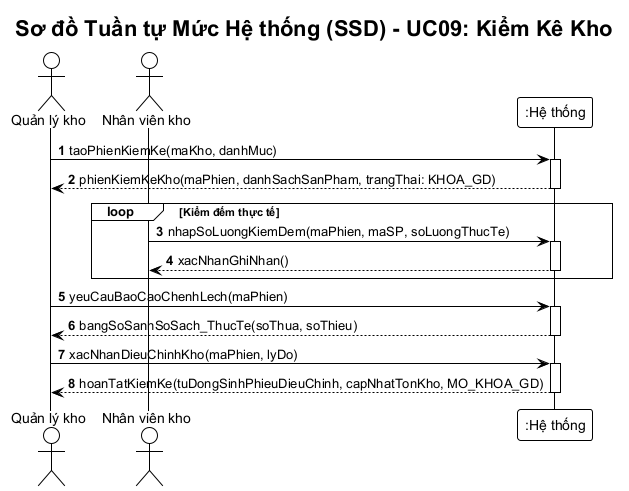
Earlier version of the PlantUML export BTL-QuanLyKhoHang/diagrams/ssd-kiem-ke.png (vuhoabinh2416137/G8_Quanlysanphamvakhohang).
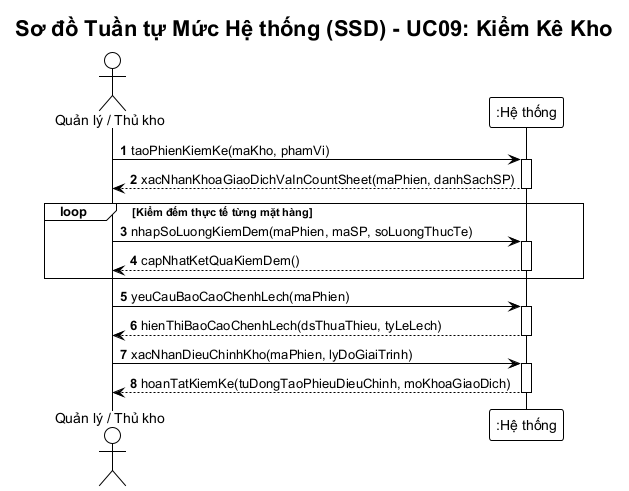
After the commit.

Change to the diagram source:
```diff
@@ -6,29 +6,28 @@
 
 title Sơ đồ Tuần tự Mức Hệ thống (SSD) - UC09: Kiểm Kê Kho
 
-actor "Quản lý kho" as QLK
-actor "Nhân viên kho" as NVK
+actor "Quản lý / Thủ kho" as NV
 participant ":Hệ thống" as Sys
 
-QLK -> Sys: taoPhienKiemKe(maKho, danhMuc)
+NV -> Sys: taoPhienKiemKe(maKho, phamVi)
 activate Sys
-Sys --> QLK: phienKiemKeKho(maPhien, danhSachSanPham, trangThai: KHOA_GD)
+Sys --> NV: xacNhanKhoaGiaoDichVaInCountSheet(maPhien, danhSachSP)
 deactivate Sys
 
-loop Kiểm đếm thực tế
-    NVK -> Sys: nhapSoLuongKiemDem(maPhien, maSP, soLuongThucTe)
+loop Kiểm đếm thực tế từng mặt hàng
+    NV -> Sys: nhapSoLuongKiemDem(maPhien, maSP, soLuongThucTe)
     activate Sys
-    Sys --> NVK: xacNhanGhiNhan()
+    Sys --> NV: capNhatKetQuaKiemDem()
     deactivate Sys
 end
 
-QLK -> Sys: yeuCauBaoCaoChenhLech(maPhien)
+NV -> Sys: yeuCauBaoCaoChenhLech(maPhien)
 activate Sys
-Sys --> QLK: bangSoSanhSoSach_ThucTe(soThua, soThieu)
+Sys --> NV: hienThiBaoCaoChenhLech(dsThuaThieu, tyLeLech)
 deactivate Sys
 
-QLK -> Sys: xacNhanDieuChinhKho(maPhien, lyDo)
+NV -> Sys: xacNhanDieuChinhKho(maPhien, lyDoGiaiTrinh)
 activate Sys
-Sys --> QLK: hoanTatKiemKe(tuDongSinhPhieuDieuChinh, capNhatTonKho, MO_KHOA_GD)
+Sys --> NV: hoanTatKiemKe(tuDongTaoPhieuDieuChinh, moKhoaGiaoDich)
 deactivate Sys
 @enduml
```
